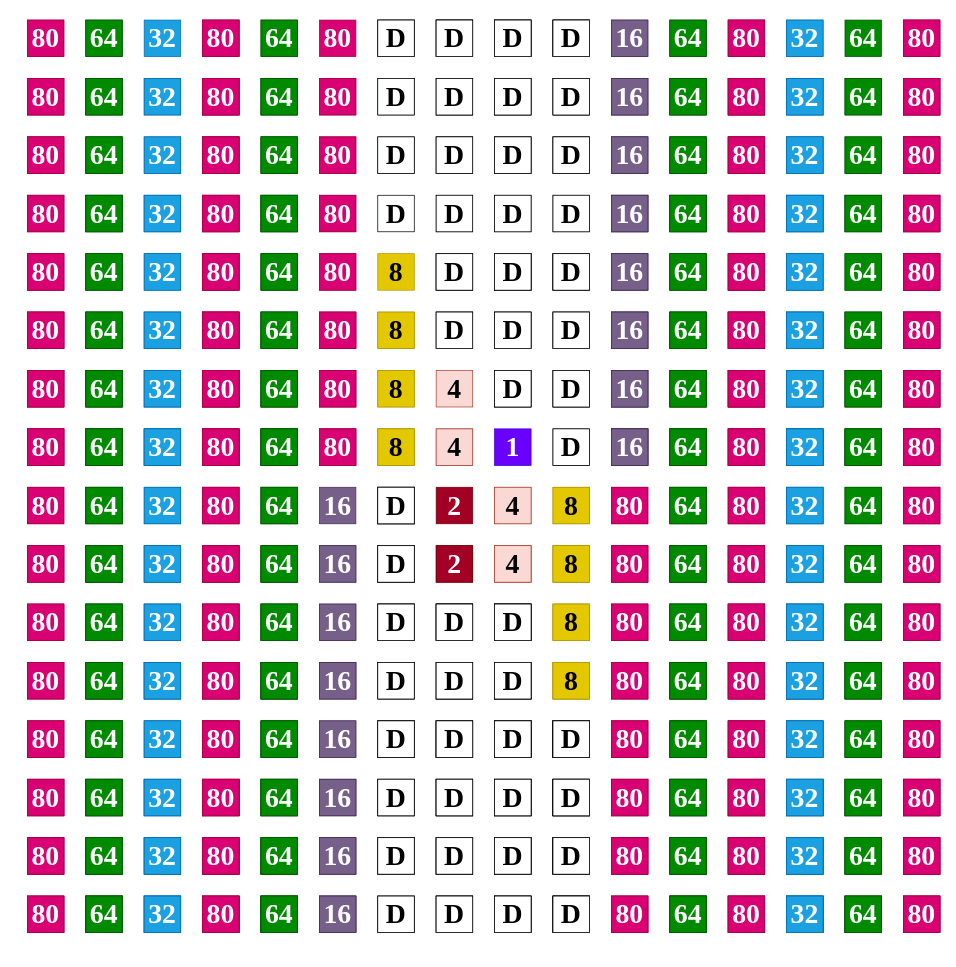
Above: cdac_lay.drawio in w1213ph/draw.io (draw.io), before the change. Source tidied: cells renumbered, new cells numbered last; positions are measured from the earlier drawing's top-left corner, leaving out a move shared by most shapes. Both pictures are drawn from the tidied source at 73%, with x=0, y=0 at pixel (27, 20).
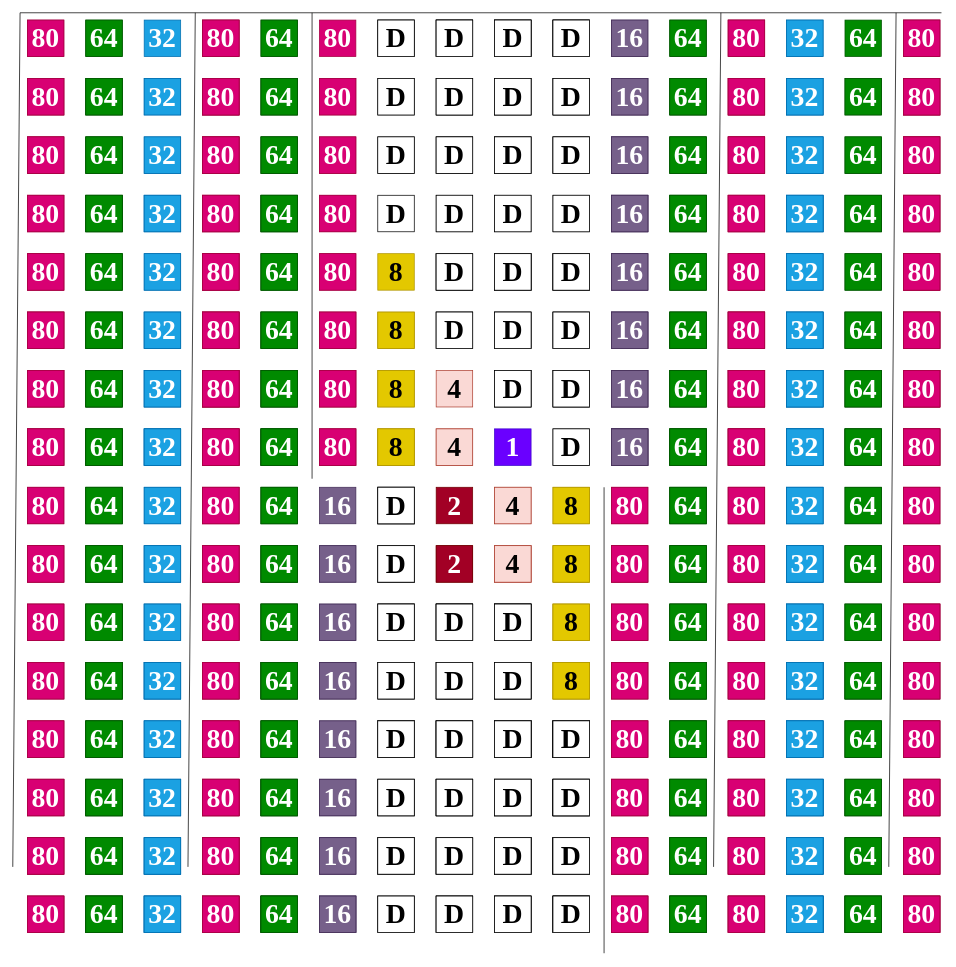
Above is the later version.

The edit, as a diff of the source:
```diff
@@
+    <mxCell id="921" style="endArrow=none;html=1;rounded=0;" parent="1" edge="1">
+      <mxGeometry relative="1" as="geometry">
+        <mxPoint x="-20" y="1160" as="sourcePoint" />
+        <mxPoint x="-10" y="-10" as="targetPoint" />
+      </mxGeometry>
+    </mxCell>
+    <mxCell id="922" style="endArrow=none;html=1;rounded=0;" parent="1" edge="1">
+      <mxGeometry relative="1" as="geometry">
+        <mxPoint x="220" y="1160" as="sourcePoint" />
+        <mxPoint x="230" y="-10" as="targetPoint" />
+      </mxGeometry>
+    </mxCell>
+    <mxCell id="923" style="endArrow=none;html=1;rounded=0;" parent="1" edge="1">
+      <mxGeometry relative="1" as="geometry">
+        <mxPoint x="940" y="1160" as="sourcePoint" />
+        <mxPoint x="950" y="-10" as="targetPoint" />
+      </mxGeometry>
+    </mxCell>
+    <mxCell id="924" style="endArrow=none;html=1;rounded=0;" parent="1" edge="1">
+      <mxGeometry relative="1" as="geometry">
+        <mxPoint x="1180" y="1160" as="sourcePoint" />
+        <mxPoint x="1190" y="-10" as="targetPoint" />
+      </mxGeometry>
+    </mxCell>
+    <mxCell id="925" style="endArrow=none;html=1;rounded=0;" parent="1" edge="1">
+      <mxGeometry relative="1" as="geometry">
+        <mxPoint x="390" y="628.3" as="sourcePoint" />
+        <mxPoint x="390" y="-10" as="targetPoint" />
+      </mxGeometry>
+    </mxCell>
+    <mxCell id="926" style="endArrow=none;html=1;rounded=0;" parent="1" edge="1">
+      <mxGeometry relative="1" as="geometry">
+        <mxPoint x="790" y="1278.3" as="sourcePoint" />
+        <mxPoint x="790" y="640" as="targetPoint" />
+      </mxGeometry>
+    </mxCell>
+    <mxCell id="927" style="endArrow=none;html=1;rounded=0;" parent="1" edge="1">
+      <mxGeometry relative="1" as="geometry">
+        <mxPoint x="-10" y="-10" as="sourcePoint" />
+        <mxPoint x="1252.2" y="-10" as="targetPoint" />
+      </mxGeometry>
+    </mxCell>
```
